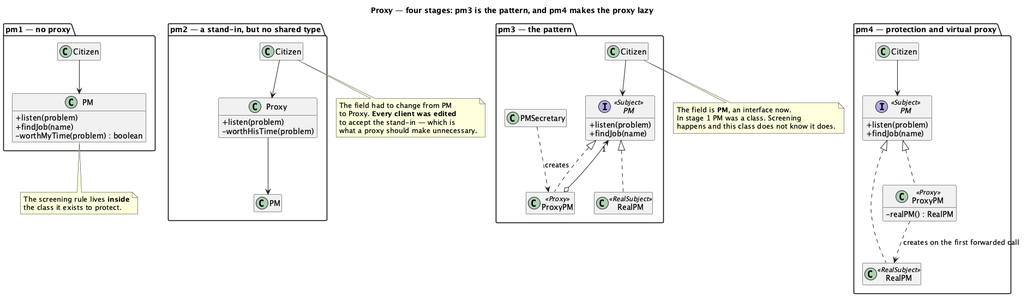
Above: src/main/java/dev/kaldiroglu/dp/structural/proxy/pm/uml/Proxy - Prime Minister - Class Diagram.png in kaldiroglu/DesignPatternsWithJava (PlantUML), before the change. Its source is kept beside it as src/main/java/dev/kaldiroglu/dp/structural/proxy/pm/uml/Proxy - Prime Minister - Class Diagram.puml.
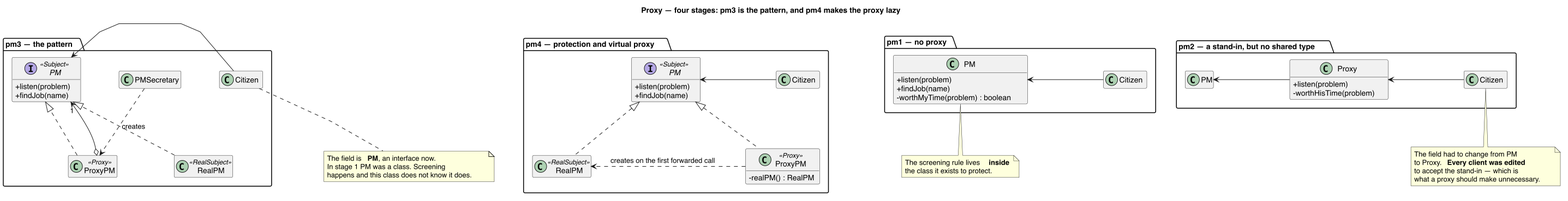
The same file after the commit.

The edit, as a diff of the source:
```diff
@@ -1,4 +1,13 @@
 @startuml "Proxy - Prime Minister - Class Diagram"
+skinparam linetype polyline
+skinparam nodesep 70
+skinparam class {
+  BackgroundColor<<spacer>> transparent
+  BorderColor<<spacer>> transparent
+  FontColor<<spacer>> transparent
+}
+hide <<spacer>> stereotype
+hide <<spacer>> circle
 skinparam classAttributeIconSize 0
 hide empty members
 title Proxy — four stages: pm3 is the pattern, and pm4 makes the proxy lazy
@@ -11,7 +20,6 @@
     - worthMyTime(problem) : boolean
   }
   class Citizen1 as "Citizen"
-  Citizen1 --> PM1
 }
 
 package "pm2 — a stand-in, but no shared type" {
@@ -21,8 +29,6 @@
     - worthHisTime(problem)
   }
   class Citizen2 as "Citizen"
-  Citizen2 --> Proxy2
-  Proxy2 --> PM2
 }
 
 package "pm3 — the pattern" {
@@ -37,9 +43,6 @@
 
   PM3 <|.. RealPM
   PM3 <|.. ProxyPM
-  ProxyPM o--> "1" PM3
-  PMSecretary ..> ProxyPM : creates
-  Citizen3 --> PM3
 }
 
 note bottom of PM1
@@ -73,8 +76,24 @@
 
   PM4 <|.. RealPM4
   PM4 <|.. ProxyPM4
-  ProxyPM4 ..> RealPM4 : creates on the first forwarded call
-  Citizen4 --> PM4
 }
 
+class " " as Spacer1 <<spacer>>
+PM3 -[hidden]- Spacer1
+PM3 -[hidden]- Spacer1
+RealPM -[hidden]right- Spacer1
+Spacer1 -[hidden]right- ProxyPM
+class " " as Spacer2 <<spacer>>
+PM4 -[hidden]- Spacer2
+PM4 -[hidden]- Spacer2
+RealPM4 -[hidden]right- Spacer2
+Spacer2 -[hidden]right- ProxyPM4
+  Citizen1 -[norank]-> PM1
+  Citizen2 -[norank]-> Proxy2
+  Proxy2 -[norank]-> PM2
+  ProxyPM o-[norank]-> "1" PM3
+  PMSecretary .[norank].> ProxyPM : creates
+  Citizen3 -[norank]-> PM3
+  ProxyPM4 .[norank].> RealPM4 : creates on the first forwarded call
+  Citizen4 -[norank]-> PM4
 @enduml
```
